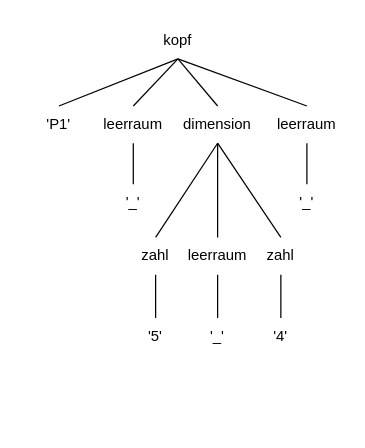
Before: page "Seite-2" (2 of 2) of Leistungsnachweise.drawio in JoernWVSG/diagram, a draw.io diagram. Source tidied: cells renumbered, new cells numbered last; positions are measured from the earlier drawing's top-left corner, leaving out a move shared by most shapes. Both pictures are drawn from the tidied source at 124%, with x=0, y=0 at pixel (21, 21).
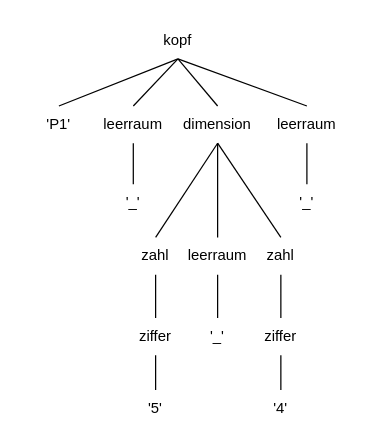
The same page after the edit.

The edit, as a diff of the source:
```diff
@@
+    <mxCell id="27" style="edgeStyle=orthogonalEdgeStyle;rounded=0;jettySize=auto;html=1;endArrow=none;endFill=0;" parent="1" edge="1" source="25" target="30">
+      <mxGeometry relative="1" as="geometry" />
+    </mxCell>
-    <mxCell id="25" value="'4'" style="text;html=1;align=center;verticalAlign=middle;whiteSpace=wrap;rounded=0;" parent="1" vertex="1">
+    <mxCell id="25" value="ziffer" style="text;html=1;align=center;verticalAlign=middle;whiteSpace=wrap;rounded=0;" parent="1" vertex="1">
       <mxGeometry x="179" y="239" width="60" height="30" as="geometry" />
     </mxCell>
+    <mxCell id="28" style="edgeStyle=orthogonalEdgeStyle;rounded=0;jettySize=auto;html=1;endArrow=none;endFill=0;" parent="1" edge="1" source="26" target="29">
+      <mxGeometry relative="1" as="geometry" />
+    </mxCell>
-    <mxCell id="26" value="'5'" style="text;html=1;align=center;verticalAlign=middle;whiteSpace=wrap;rounded=0;" parent="1" vertex="1">
+    <mxCell id="26" value="ziffer" style="text;html=1;align=center;verticalAlign=middle;whiteSpace=wrap;rounded=0;" parent="1" vertex="1">
       <mxGeometry x="78" y="239" width="60" height="30" as="geometry" />
     </mxCell>
+    <mxCell id="29" value="'5'" style="text;html=1;align=center;verticalAlign=middle;whiteSpace=wrap;rounded=0;" parent="1" vertex="1">
+      <mxGeometry x="78" y="297" width="60" height="30" as="geometry" />
+    </mxCell>
+    <mxCell id="30" value="'4'" style="text;html=1;align=center;verticalAlign=middle;whiteSpace=wrap;rounded=0;" parent="1" vertex="1">
+      <mxGeometry x="179" y="297" width="60" height="30" as="geometry" />
+    </mxCell>
```
